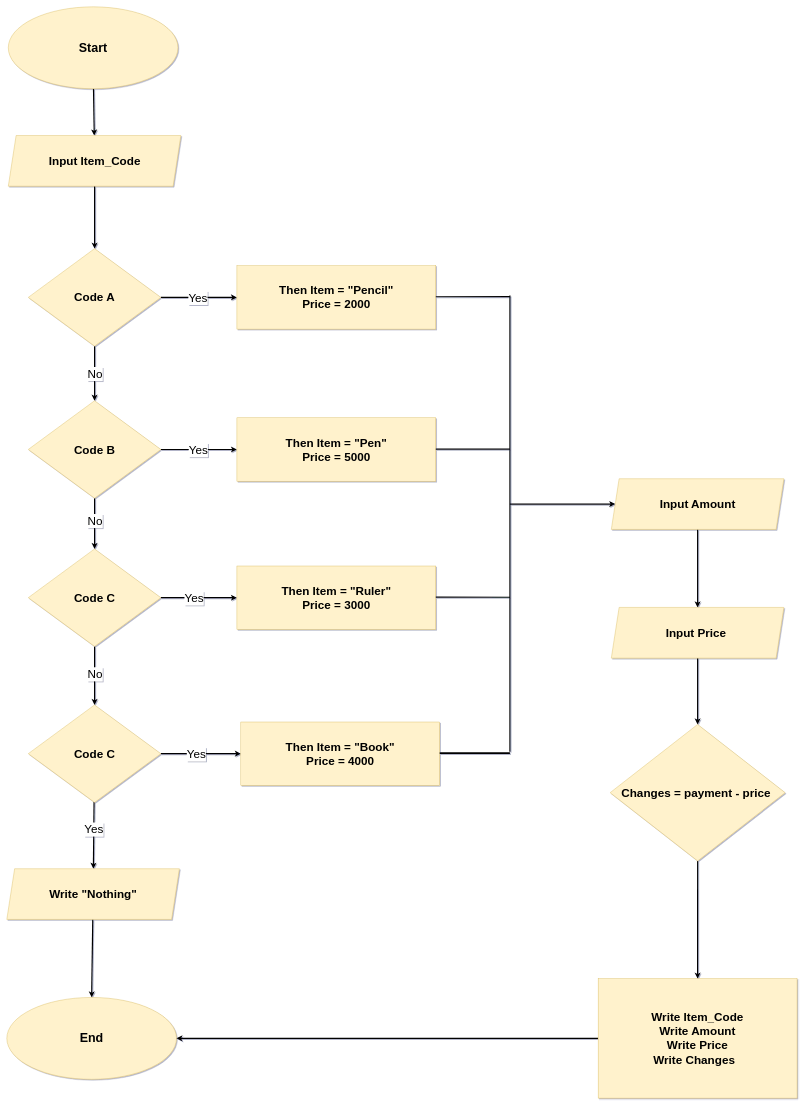
The draw.io diagram flowchart.drawio in SitiAyuMaysyahrani/siti_ayu_maysyahrani-cashier_app, before the edit. Source tidied: cells renumbered, new cells numbered last; positions are measured from the earlier drawing's top-left corner, leaving out a move shared by most shapes. Both pictures are drawn from the tidied source at 39%, with x=0, y=0 at pixel (7, 7).
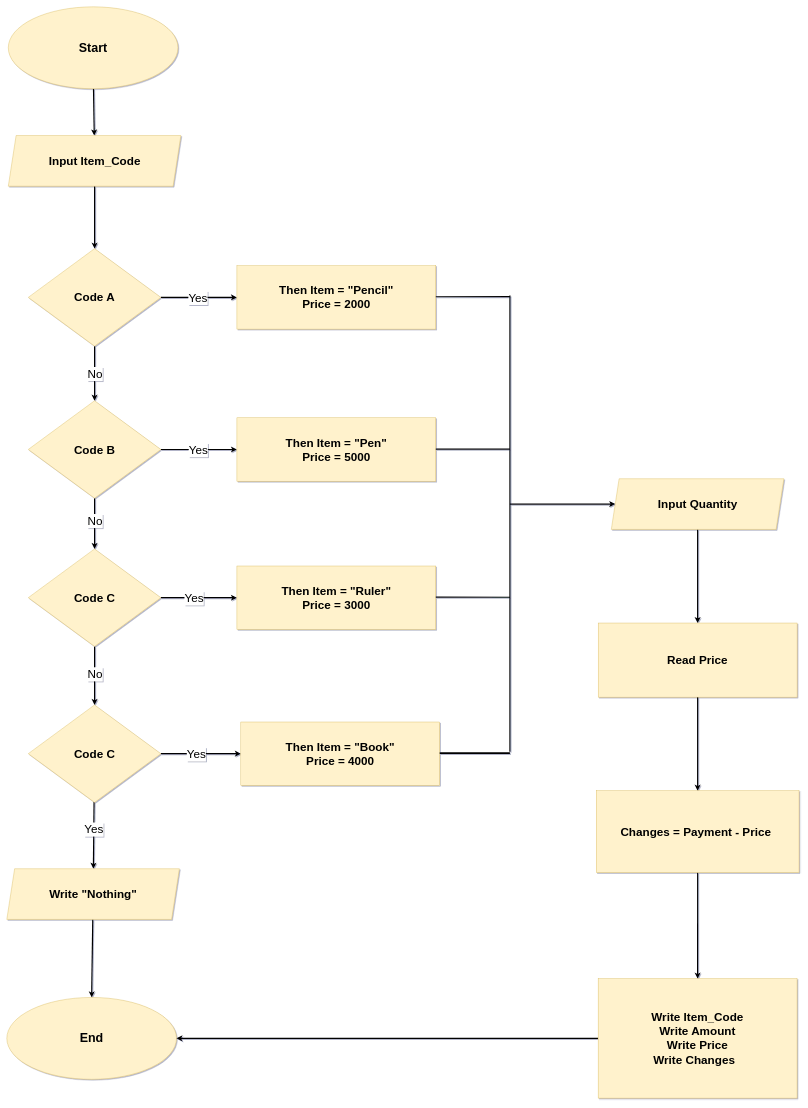
After the change.

Unchanged cells that the change refers to:
```xml
<mxCell id="45" value="&lt;b&gt;Write Item_Code&lt;br&gt;Write Amount&lt;br&gt;Write Price&lt;br&gt;Write Changes&amp;nbsp;&amp;nbsp;&lt;br&gt;&lt;/b&gt;" style="rounded=0;whiteSpace=wrap;html=1;fontSize=30;fillColor=#fff2cc;strokeColor=#d6b656;" parent="1" vertex="1">
  <mxGeometry x="1516.2" y="2491.9" width="510" height="306.2" as="geometry" />
</mxCell>
```

The edit, as a diff of the source:
```diff
@@
-    <mxCell id="38" style="edgeStyle=none;html=1;fontSize=30;strokeWidth=3;" parent="1" edge="1" source="39" target="41">
+    <mxCell id="38" style="edgeStyle=none;html=1;fontSize=30;strokeWidth=3;" parent="1" edge="1" source="39" target="47">
       <mxGeometry relative="1" as="geometry" />
     </mxCell>
-    <mxCell id="39" value="&lt;font style=&quot;font-size: 30px&quot;&gt;&lt;b&gt;Input Amount&lt;/b&gt;&lt;/font&gt;" style="shape=parallelogram;perimeter=parallelogramPerimeter;whiteSpace=wrap;html=1;fixedSize=1;fillColor=#fff2cc;strokeColor=#d6b656;" parent="1" vertex="1">
+    <mxCell id="39" value="&lt;font style=&quot;font-size: 30px&quot;&gt;&lt;b&gt;Input Quantity&lt;/b&gt;&lt;/font&gt;" style="shape=parallelogram;perimeter=parallelogramPerimeter;whiteSpace=wrap;html=1;fixedSize=1;fillColor=#fff2cc;strokeColor=#d6b656;" parent="1" vertex="1">
       <mxGeometry x="1550" y="1210" width="442.5" height="130" as="geometry" />
     </mxCell>
-    <mxCell id="40" style="edgeStyle=none;html=1;fontSize=30;strokeWidth=3;" parent="1" edge="1" source="41" target="43">
-      <mxGeometry relative="1" as="geometry" />
+    <mxCell id="40" style="edgeStyle=none;html=1;fontSize=30;strokeWidth=3;entryX=0.5;entryY=0;entryDx=0;entryDy=0;" parent="1" edge="1" target="48">
+      <mxGeometry relative="1" as="geometry">
+        <mxPoint x="1771.3" y="1670" as="sourcePoint" />
+      </mxGeometry>
     </mxCell>
-    <mxCell id="41" value="&lt;font style=&quot;font-size: 30px&quot;&gt;&lt;b&gt;Input Price&amp;nbsp;&lt;/b&gt;&lt;/font&gt;" style="shape=parallelogram;perimeter=parallelogramPerimeter;whiteSpace=wrap;html=1;fixedSize=1;fillColor=#fff2cc;strokeColor=#d6b656;" parent="1" vertex="1">
-      <mxGeometry x="1550" y="1540" width="442.5" height="130" as="geometry" />
-    </mxCell>
-    <mxCell id="42" style="edgeStyle=none;html=1;fontSize=30;strokeWidth=3;" parent="1" edge="1" source="43" target="45">
+    <mxCell id="42" style="edgeStyle=none;html=1;fontSize=30;strokeWidth=3;exitX=0.5;exitY=1;exitDx=0;exitDy=0;" parent="1" edge="1" source="48" target="45">
       <mxGeometry relative="1" as="geometry" />
     </mxCell>
-    <mxCell id="43" value="&lt;b&gt;Changes = payment - price&amp;nbsp;&lt;/b&gt;" style="rhombus;whiteSpace=wrap;html=1;fontSize=30;fillColor=#fff2cc;strokeColor=#d6b656;" parent="1" vertex="1">
-      <mxGeometry x="1546.9" y="1840" width="448.8" height="350" as="geometry" />
-    </mxCell>
@@
+    <mxCell id="47" value="&lt;font style=&quot;font-size: 30px&quot;&gt;&lt;b&gt;Read Price&lt;/b&gt;&lt;/font&gt;" style="rounded=0;whiteSpace=wrap;html=1;fillColor=#fff2cc;strokeColor=#d6b656;" parent="1" vertex="1">
+      <mxGeometry x="1516.3" y="1580" width="510" height="190" as="geometry" />
+    </mxCell>
+    <mxCell id="48" value="&lt;b&gt;Changes = Payment - Price&amp;nbsp;&lt;/b&gt;" style="rounded=0;whiteSpace=wrap;html=1;fontSize=30;fillColor=#fff2cc;strokeColor=#d6b656;" parent="1" vertex="1">
+      <mxGeometry x="1511.3" y="2010" width="520" height="210" as="geometry" />
+    </mxCell>
```
